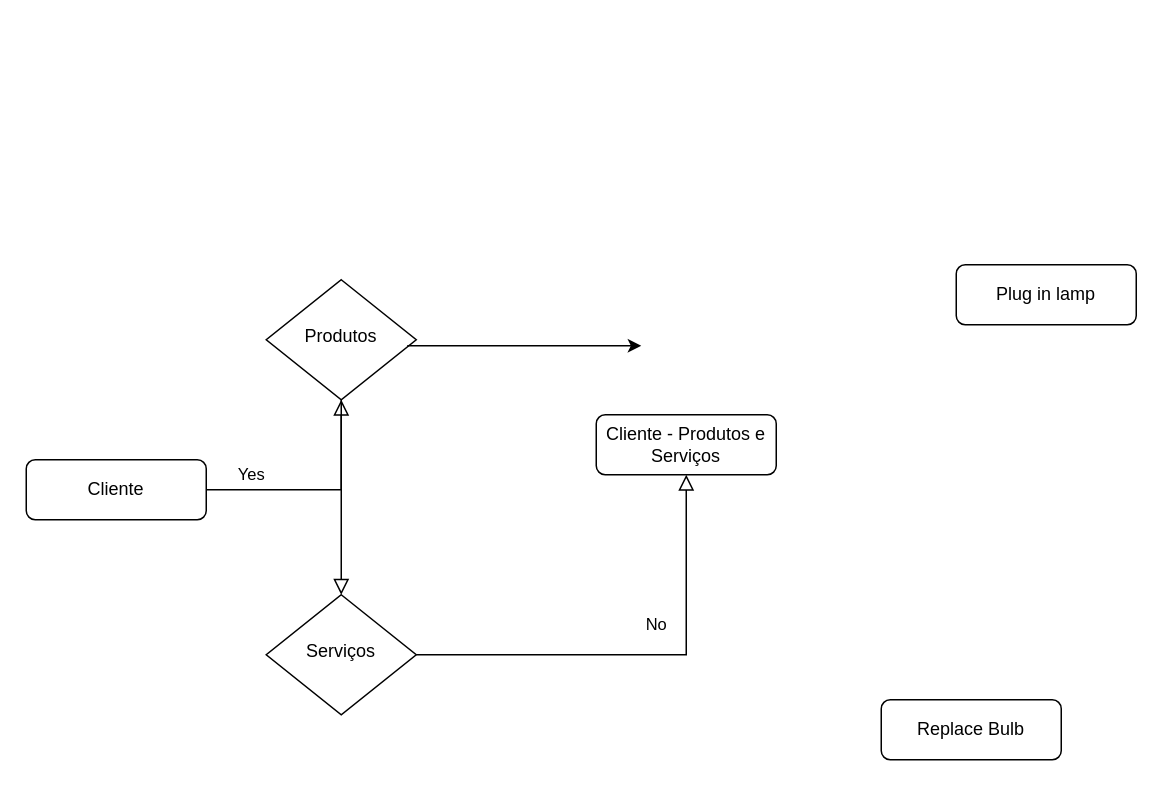
This is docs/Diagrama sem nome.drawio from sigespweb22/boxapp-api, a draw.io file, before an edit. Source tidied: cells renumbered, new cells numbered last; positions are measured from the earlier drawing's top-left corner, leaving out a move shared by most shapes. Both pictures are drawn from the tidied source at 150%, with x=0, y=0 at pixel (26, 264).
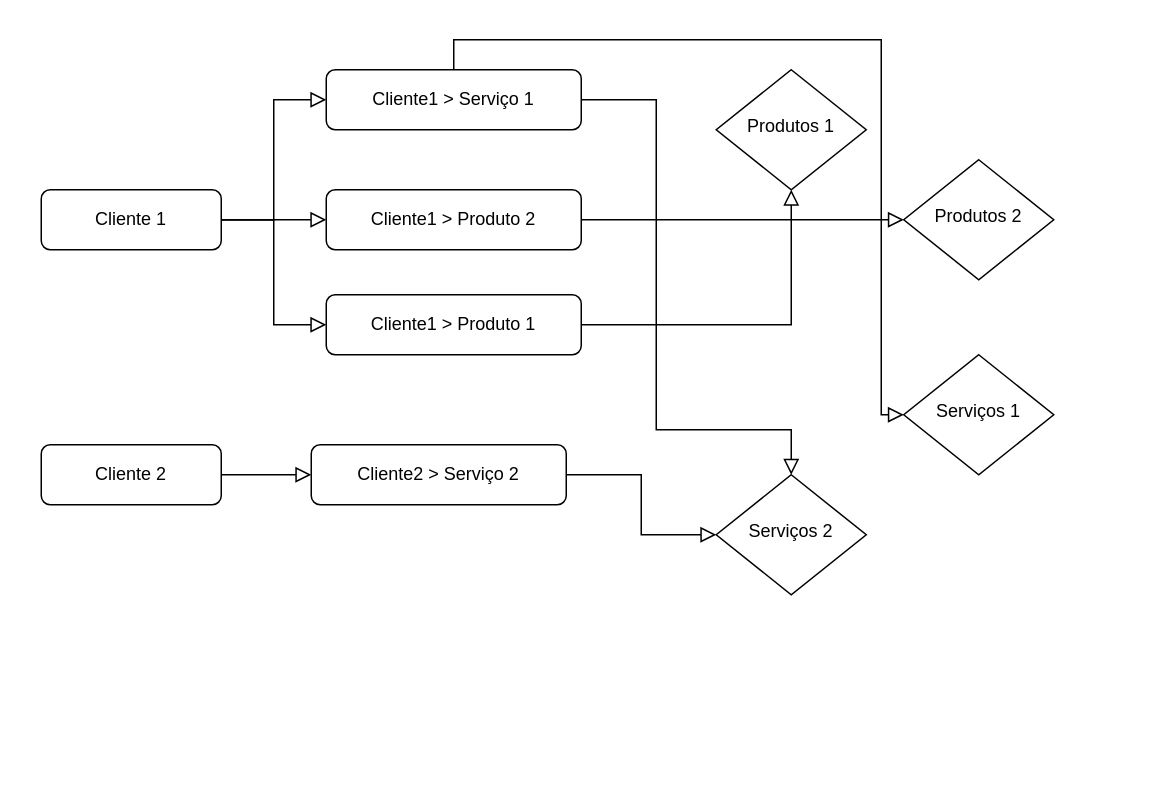
Above is the later version.

What changed in the source:
```diff
@@
-    <mxCell id="2" style="rounded=0;html=1;jettySize=auto;fontSize=11;endArrow=block;endFill=0;endSize=8;strokeWidth=1;shadow=0;labelBackgroundColor=none;edgeStyle=orthogonalEdgeStyle;" parent="1" edge="1" source="3" target="5">
+    <mxCell id="2" style="rounded=0;html=1;jettySize=auto;fontSize=11;endArrow=block;endFill=0;endSize=8;strokeWidth=1;shadow=0;labelBackgroundColor=none;edgeStyle=orthogonalEdgeStyle;entryX=0;entryY=0.5;entryDx=0;entryDy=0;" parent="1" edge="1" source="3" target="9">
       <mxGeometry relative="1" as="geometry" />
     </mxCell>
-    <mxCell id="3" value="Cliente" style="rounded=1;whiteSpace=wrap;html=1;fontSize=12;glass=0;strokeWidth=1;shadow=0;" parent="1" vertex="1">
-      <mxGeometry y="130" width="120" height="40" as="geometry" />
+    <mxCell id="3" value="Cliente 1" style="rounded=1;whiteSpace=wrap;html=1;fontSize=12;glass=0;strokeWidth=1;shadow=0;" parent="1" vertex="1">
+      <mxGeometry x="10" y="-50" width="120" height="40" as="geometry" />
     </mxCell>
-    <mxCell id="4" value="Yes" style="rounded=0;html=1;jettySize=auto;fontSize=11;endArrow=block;endFill=0;endSize=8;strokeWidth=1;shadow=0;labelBackgroundColor=none;edgeStyle=orthogonalEdgeStyle;" parent="1" edge="1" source="5" target="8">
-      <mxGeometry x="-0.23" y="-60" relative="1" as="geometry" />
-    </mxCell>
-    <mxCell id="5" value="Produtos" style="rhombus;whiteSpace=wrap;html=1;shadow=0;fontFamily=Helvetica;fontSize=12;align=center;strokeWidth=1;spacing=6;spacingTop=-4;" parent="1" vertex="1">
-      <mxGeometry x="160" y="10" width="100" height="80" as="geometry" />
+    <mxCell id="5" value="Produtos 1" style="rhombus;whiteSpace=wrap;html=1;shadow=0;fontFamily=Helvetica;fontSize=12;align=center;strokeWidth=1;spacing=6;spacingTop=-4;" parent="1" vertex="1">
+      <mxGeometry x="460" y="-130" width="100" height="80" as="geometry" />
     </mxCell>
-    <mxCell id="6" value="Plug in lamp" style="rounded=1;whiteSpace=wrap;html=1;fontSize=12;glass=0;strokeWidth=1;shadow=0;" parent="1" vertex="1">
-      <mxGeometry x="620" width="120" height="40" as="geometry" />
-    </mxCell>
-    <mxCell id="7" value="No" style="rounded=0;html=1;jettySize=auto;fontSize=11;endArrow=block;endFill=0;endSize=8;strokeWidth=1;shadow=0;labelBackgroundColor=none;edgeStyle=orthogonalEdgeStyle;" parent="1" edge="1" source="8" target="9">
-      <mxGeometry x="0.33" y="20" relative="1" as="geometry" />
-    </mxCell>
-    <mxCell id="8" value="Serviços" style="rhombus;whiteSpace=wrap;html=1;shadow=0;fontFamily=Helvetica;fontSize=12;align=center;strokeWidth=1;spacing=6;spacingTop=-4;" parent="1" vertex="1">
-      <mxGeometry x="160" y="220" width="100" height="80" as="geometry" />
+    <mxCell id="8" value="Serviços 1" style="rhombus;whiteSpace=wrap;html=1;shadow=0;fontFamily=Helvetica;fontSize=12;align=center;strokeWidth=1;spacing=6;spacingTop=-4;" parent="1" vertex="1">
+      <mxGeometry x="585" y="60" width="100" height="80" as="geometry" />
     </mxCell>
-    <mxCell id="9" value="Cliente - Produtos e Serviços" style="rounded=1;whiteSpace=wrap;html=1;fontSize=12;glass=0;strokeWidth=1;shadow=0;" parent="1" vertex="1">
-      <mxGeometry x="380" y="100" width="120" height="40" as="geometry" />
+    <mxCell id="9" value="Cliente1 &amp;gt; Serviço 1" style="rounded=1;whiteSpace=wrap;html=1;fontSize=12;glass=0;strokeWidth=1;shadow=0;" parent="1" vertex="1">
+      <mxGeometry x="200" y="-130" width="170" height="40" as="geometry" />
     </mxCell>
-    <mxCell id="10" value="Replace Bulb" style="rounded=1;whiteSpace=wrap;html=1;fontSize=12;glass=0;strokeWidth=1;shadow=0;" parent="1" vertex="1">
-      <mxGeometry x="570" y="290" width="120" height="40" as="geometry" />
-    </mxCell>
-    <mxCell id="11" style="endArrow=classic;html=1;rounded=0;exitX=0.94;exitY=0.55;exitDx=0;exitDy=0;exitPerimeter=0;" parent="1" edge="1" source="5">
-      <mxGeometry relative="1" as="geometry">
-        <mxPoint x="410" y="54" as="targetPoint" />
-      </mxGeometry>
-    </mxCell>
+    <mxCell id="12" value="Cliente 2" style="rounded=1;whiteSpace=wrap;html=1;fontSize=12;glass=0;strokeWidth=1;shadow=0;" parent="1" vertex="1">
+      <mxGeometry x="10" y="120" width="120" height="40" as="geometry" />
+    </mxCell>
+    <mxCell id="13" value="Produtos 2" style="rhombus;whiteSpace=wrap;html=1;shadow=0;fontFamily=Helvetica;fontSize=12;align=center;strokeWidth=1;spacing=6;spacingTop=-4;" parent="1" vertex="1">
+      <mxGeometry x="585" y="-70" width="100" height="80" as="geometry" />
+    </mxCell>
+    <mxCell id="14" value="Serviços 2" style="rhombus;whiteSpace=wrap;html=1;shadow=0;fontFamily=Helvetica;fontSize=12;align=center;strokeWidth=1;spacing=6;spacingTop=-4;" parent="1" vertex="1">
+      <mxGeometry x="460" y="140" width="100" height="80" as="geometry" />
+    </mxCell>
+    <mxCell id="15" value="Cliente1 &amp;gt; Produto 2" style="rounded=1;whiteSpace=wrap;html=1;fontSize=12;glass=0;strokeWidth=1;shadow=0;" parent="1" vertex="1">
+      <mxGeometry x="200" y="-50" width="170" height="40" as="geometry" />
+    </mxCell>
+    <mxCell id="16" value="Cliente2 &amp;gt; Serviço 2" style="rounded=1;whiteSpace=wrap;html=1;fontSize=12;glass=0;strokeWidth=1;shadow=0;" parent="1" vertex="1">
+      <mxGeometry x="190" y="120" width="170" height="40" as="geometry" />
+    </mxCell>
+    <mxCell id="17" style="rounded=0;html=1;jettySize=auto;fontSize=11;endArrow=block;endFill=0;endSize=8;strokeWidth=1;shadow=0;labelBackgroundColor=none;edgeStyle=orthogonalEdgeStyle;exitX=1;exitY=0.5;exitDx=0;exitDy=0;entryX=0;entryY=0.5;entryDx=0;entryDy=0;" parent="1" edge="1" source="3" target="15">
+      <mxGeometry relative="1" as="geometry" />
+    </mxCell>
+    <mxCell id="18" style="rounded=0;html=1;jettySize=auto;fontSize=11;endArrow=block;endFill=0;endSize=8;strokeWidth=1;shadow=0;labelBackgroundColor=none;edgeStyle=orthogonalEdgeStyle;exitX=1;exitY=0.5;exitDx=0;exitDy=0;entryX=0;entryY=0.5;entryDx=0;entryDy=0;" parent="1" edge="1" source="12" target="16">
+      <mxGeometry relative="1" as="geometry" />
+    </mxCell>
+    <mxCell id="19" style="rounded=0;html=1;jettySize=auto;fontSize=11;endArrow=block;endFill=0;endSize=8;strokeWidth=1;shadow=0;labelBackgroundColor=none;edgeStyle=orthogonalEdgeStyle;exitX=1;exitY=0.5;exitDx=0;exitDy=0;entryX=0;entryY=0.5;entryDx=0;entryDy=0;" parent="1" edge="1" source="16" target="14">
+      <mxGeometry relative="1" as="geometry">
+        <Array as="points">
+          <mxPoint x="410" y="140" />
+          <mxPoint x="410" y="180" />
+        </Array>
+      </mxGeometry>
+    </mxCell>
+    <mxCell id="20" style="rounded=0;html=1;jettySize=auto;fontSize=11;endArrow=block;endFill=0;endSize=8;strokeWidth=1;shadow=0;labelBackgroundColor=none;edgeStyle=orthogonalEdgeStyle;entryX=0;entryY=0.5;entryDx=0;entryDy=0;exitX=0.5;exitY=0;exitDx=0;exitDy=0;" parent="1" edge="1" source="9" target="8">
+      <mxGeometry relative="1" as="geometry">
+        <Array as="points">
+          <mxPoint x="285" y="-150" />
+          <mxPoint x="570" y="-150" />
+          <mxPoint x="570" y="100" />
+        </Array>
+      </mxGeometry>
+    </mxCell>
+    <mxCell id="21" style="rounded=0;html=1;jettySize=auto;fontSize=11;endArrow=block;endFill=0;endSize=8;strokeWidth=1;shadow=0;labelBackgroundColor=none;edgeStyle=orthogonalEdgeStyle;entryX=0.5;entryY=0;entryDx=0;entryDy=0;" parent="1" edge="1" target="14">
+      <mxGeometry relative="1" as="geometry">
+        <mxPoint x="370" y="-110" as="sourcePoint" />
+        <Array as="points">
+          <mxPoint x="420" y="-110" />
+          <mxPoint x="420" y="110" />
+          <mxPoint x="510" y="110" />
+        </Array>
+      </mxGeometry>
+    </mxCell>
+    <mxCell id="22" value="Cliente1 &amp;gt; Produto 1" style="rounded=1;whiteSpace=wrap;html=1;fontSize=12;glass=0;strokeWidth=1;shadow=0;" parent="1" vertex="1">
+      <mxGeometry x="200" y="20" width="170" height="40" as="geometry" />
+    </mxCell>
+    <mxCell id="23" style="rounded=0;html=1;jettySize=auto;fontSize=11;endArrow=block;endFill=0;endSize=8;strokeWidth=1;shadow=0;labelBackgroundColor=none;edgeStyle=orthogonalEdgeStyle;entryX=0;entryY=0.5;entryDx=0;entryDy=0;exitX=1;exitY=0.5;exitDx=0;exitDy=0;" parent="1" edge="1" source="3" target="22">
+      <mxGeometry relative="1" as="geometry" />
+    </mxCell>
+    <mxCell id="24" style="rounded=0;html=1;jettySize=auto;fontSize=11;endArrow=block;endFill=0;endSize=8;strokeWidth=1;shadow=0;labelBackgroundColor=none;edgeStyle=orthogonalEdgeStyle;exitX=1;exitY=0.5;exitDx=0;exitDy=0;entryX=0.5;entryY=1;entryDx=0;entryDy=0;" parent="1" edge="1" source="22" target="5">
+      <mxGeometry relative="1" as="geometry">
+        <Array as="points">
+          <mxPoint x="510" y="40" />
+        </Array>
+      </mxGeometry>
+    </mxCell>
+    <mxCell id="25" style="rounded=0;html=1;jettySize=auto;fontSize=11;endArrow=block;endFill=0;endSize=8;strokeWidth=1;shadow=0;labelBackgroundColor=none;edgeStyle=orthogonalEdgeStyle;entryX=0;entryY=0.5;entryDx=0;entryDy=0;exitX=1;exitY=0.5;exitDx=0;exitDy=0;" parent="1" edge="1" source="15" target="13">
+      <mxGeometry relative="1" as="geometry">
+        <Array as="points">
+          <mxPoint x="560" y="-30" />
+          <mxPoint x="560" y="-30" />
+        </Array>
+      </mxGeometry>
+    </mxCell>
```
